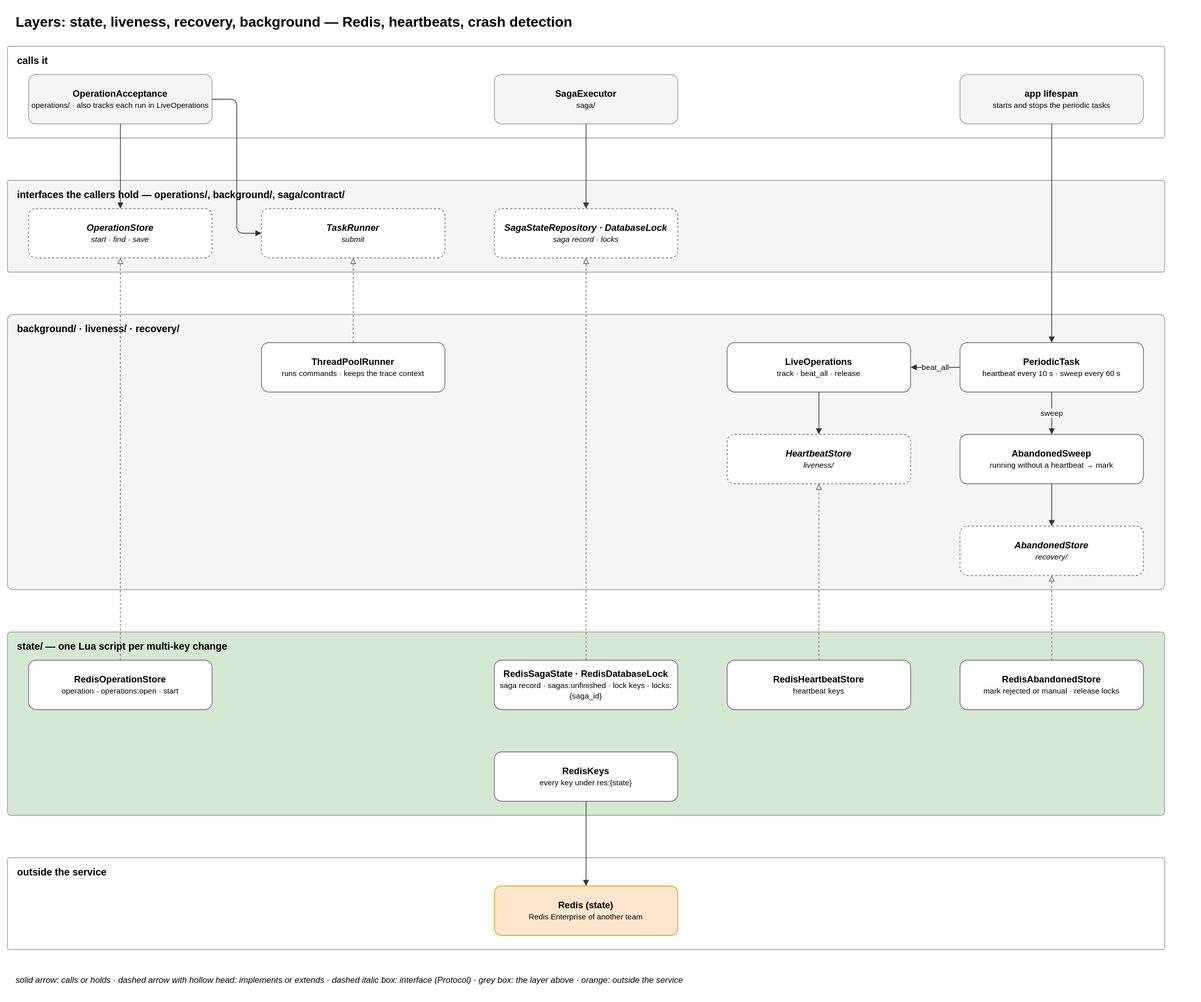
Earlier version of the draw.io export docs/diagrams/09-layer-state-liveness-recovery.drawio.svg (EliShteinman/redis-enterprise-services). Source tidied: cells renumbered, new cells last; positions are measured from the earlier drawing's top-left corner, leaving out a move shared by most shapes.
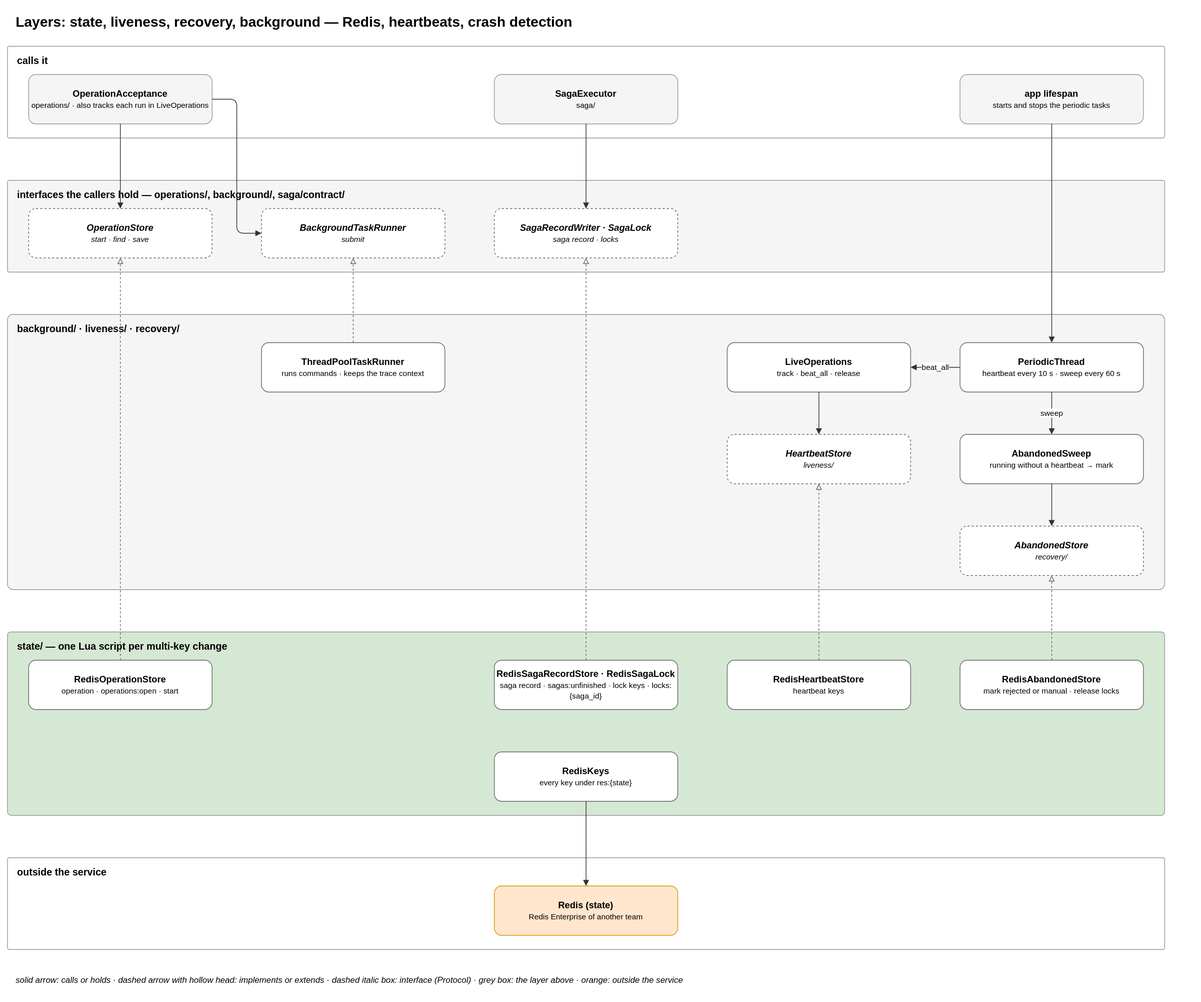
The same diagram one commit later.

The edit, as a diff of the source:
```diff
@@ -23,22 +23,22 @@
     <mxCell id="8" value="&lt;b&gt;OperationStore&lt;/b&gt;&lt;br&gt;&lt;font style='font-size:11px'&gt;start · find · save&lt;/font&gt;" style="rounded=1;whiteSpace=wrap;html=1;fillColor=#ffffff;strokeColor=#666666;fontSize=13;dashed=1;fontStyle=2;" parent="1" vertex="1">
       <mxGeometry x="30" y="285" width="260" height="70" as="geometry" />
     </mxCell>
-    <mxCell id="9" value="&lt;b&gt;TaskRunner&lt;/b&gt;&lt;br&gt;&lt;font style='font-size:11px'&gt;submit&lt;/font&gt;" style="rounded=1;whiteSpace=wrap;html=1;fillColor=#ffffff;strokeColor=#666666;fontSize=13;dashed=1;fontStyle=2;" parent="1" vertex="1">
+    <mxCell id="9" value="&lt;b&gt;BackgroundTaskRunner&lt;/b&gt;&lt;br&gt;&lt;font style='font-size:11px'&gt;submit&lt;/font&gt;" style="rounded=1;whiteSpace=wrap;html=1;fillColor=#ffffff;strokeColor=#666666;fontSize=13;dashed=1;fontStyle=2;" parent="1" vertex="1">
       <mxGeometry x="360" y="285" width="260" height="70" as="geometry" />
     </mxCell>
-    <mxCell id="10" value="&lt;b&gt;SagaStateRepository · DatabaseLock&lt;/b&gt;&lt;br&gt;&lt;font style='font-size:11px'&gt;saga record · locks&lt;/font&gt;" style="rounded=1;whiteSpace=wrap;html=1;fillColor=#ffffff;strokeColor=#666666;fontSize=13;dashed=1;fontStyle=2;" parent="1" vertex="1">
+    <mxCell id="10" value="&lt;b&gt;SagaRecordWriter · SagaLock&lt;/b&gt;&lt;br&gt;&lt;font style='font-size:11px'&gt;saga record · locks&lt;/font&gt;" style="rounded=1;whiteSpace=wrap;html=1;fillColor=#ffffff;strokeColor=#666666;fontSize=13;dashed=1;fontStyle=2;" parent="1" vertex="1">
       <mxGeometry x="690" y="285" width="260" height="70" as="geometry" />
     </mxCell>
     <mxCell id="11" value="&lt;b&gt;background/ · liveness/ · recovery/&lt;/b&gt;" style="rounded=1;arcSize=2;fillColor=#f5f5f5;strokeColor=#999999;verticalAlign=top;align=left;spacingLeft=12;spacingTop=6;html=1;fontSize=14;" parent="1" vertex="1">
       <mxGeometry y="435" width="1640" height="390" as="geometry" />
     </mxCell>
-    <mxCell id="12" value="&lt;b&gt;ThreadPoolRunner&lt;/b&gt;&lt;br&gt;&lt;font style='font-size:11px'&gt;runs commands · keeps the trace context&lt;/font&gt;" style="rounded=1;whiteSpace=wrap;html=1;fillColor=#ffffff;strokeColor=#666666;fontSize=13;" parent="1" vertex="1">
+    <mxCell id="12" value="&lt;b&gt;ThreadPoolTaskRunner&lt;/b&gt;&lt;br&gt;&lt;font style='font-size:11px'&gt;runs commands · keeps the trace context&lt;/font&gt;" style="rounded=1;whiteSpace=wrap;html=1;fillColor=#ffffff;strokeColor=#666666;fontSize=13;" parent="1" vertex="1">
       <mxGeometry x="360" y="475" width="260" height="70" as="geometry" />
     </mxCell>
     <mxCell id="13" value="&lt;b&gt;LiveOperations&lt;/b&gt;&lt;br&gt;&lt;font style='font-size:11px'&gt;track · beat_all · release&lt;/font&gt;" style="rounded=1;whiteSpace=wrap;html=1;fillColor=#ffffff;strokeColor=#666666;fontSize=13;" parent="1" vertex="1">
       <mxGeometry x="1020" y="475" width="260" height="70" as="geometry" />
     </mxCell>
-    <mxCell id="14" value="&lt;b&gt;PeriodicTask&lt;/b&gt;&lt;br&gt;&lt;font style='font-size:11px'&gt;heartbeat every 10 s · sweep every 60 s&lt;/font&gt;" style="rounded=1;whiteSpace=wrap;html=1;fillColor=#ffffff;strokeColor=#666666;fontSize=13;" parent="1" vertex="1">
+    <mxCell id="14" value="&lt;b&gt;PeriodicThread&lt;/b&gt;&lt;br&gt;&lt;font style='font-size:11px'&gt;heartbeat every 10 s · sweep every 60 s&lt;/font&gt;" style="rounded=1;whiteSpace=wrap;html=1;fillColor=#ffffff;strokeColor=#666666;fontSize=13;" parent="1" vertex="1">
       <mxGeometry x="1350" y="475" width="260" height="70" as="geometry" />
     </mxCell>
     <mxCell id="15" value="&lt;b&gt;HeartbeatStore&lt;/b&gt;&lt;br&gt;&lt;font style='font-size:11px'&gt;liveness/&lt;/font&gt;" style="rounded=1;whiteSpace=wrap;html=1;fillColor=#ffffff;strokeColor=#666666;fontSize=13;dashed=1;fontStyle=2;" parent="1" vertex="1">
@@ -56,7 +56,7 @@
     <mxCell id="19" value="&lt;b&gt;RedisOperationStore&lt;/b&gt;&lt;br&gt;&lt;font style='font-size:11px'&gt;operation · operations:open · start&lt;/font&gt;" style="rounded=1;whiteSpace=wrap;html=1;fillColor=#ffffff;strokeColor=#666666;fontSize=13;" parent="1" vertex="1">
       <mxGeometry x="30" y="925" width="260" height="70" as="geometry" />
     </mxCell>
-    <mxCell id="20" value="&lt;b&gt;RedisSagaState · RedisDatabaseLock&lt;/b&gt;&lt;br&gt;&lt;font style='font-size:11px'&gt;saga record · sagas:unfinished · lock keys · locks:{saga_id}&lt;/font&gt;" style="rounded=1;whiteSpace=wrap;html=1;fillColor=#ffffff;strokeColor=#666666;fontSize=13;" parent="1" vertex="1">
+    <mxCell id="20" value="&lt;b&gt;RedisSagaRecordStore · RedisSagaLock&lt;/b&gt;&lt;br&gt;&lt;font style='font-size:11px'&gt;saga record · sagas:unfinished · lock keys · locks:{saga_id}&lt;/font&gt;" style="rounded=1;whiteSpace=wrap;html=1;fillColor=#ffffff;strokeColor=#666666;fontSize=13;" parent="1" vertex="1">
       <mxGeometry x="690" y="925" width="260" height="70" as="geometry" />
     </mxCell>
     <mxCell id="21" value="&lt;b&gt;RedisHeartbeatStore&lt;/b&gt;&lt;br&gt;&lt;font style='font-size:11px'&gt;heartbeat keys&lt;/font&gt;" style="rounded=1;whiteSpace=wrap;html=1;fillColor=#ffffff;strokeColor=#666666;fontSize=13;" parent="1" vertex="1">
```
